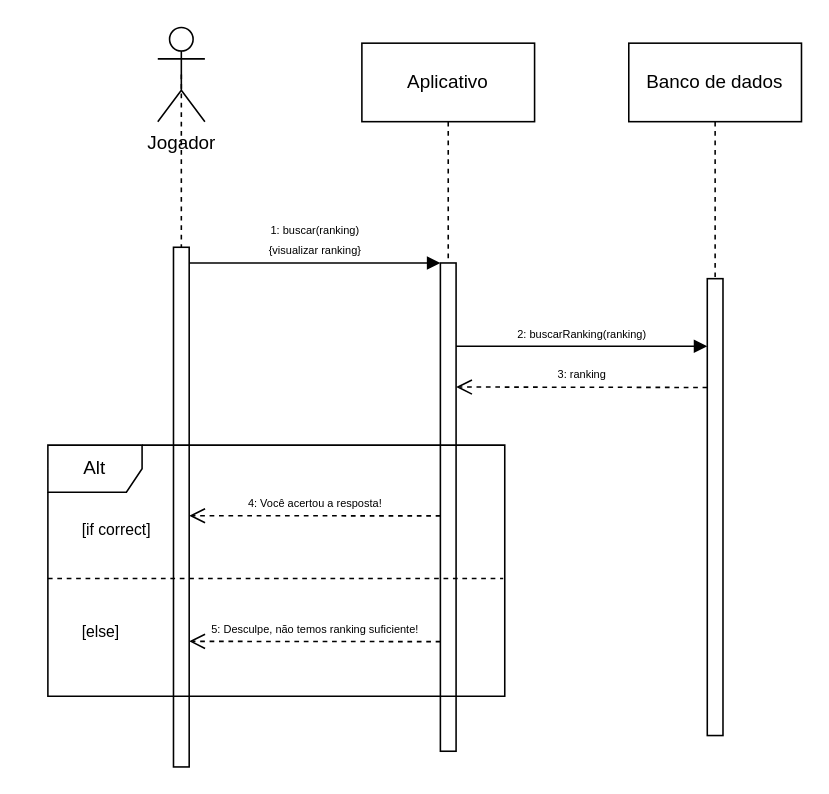
Before: page "BuscarRanking" (2 of 6) of docs/quizzle.drawio in wendel-nogueira/quizzle-docs, a draw.io diagram. Source tidied: cells renumbered, new cells numbered last; positions are measured from the earlier drawing's top-left corner, leaving out a move shared by most shapes. Both pictures are drawn from the tidied source at 157%, with x=0, y=0 at pixel (47, 27).
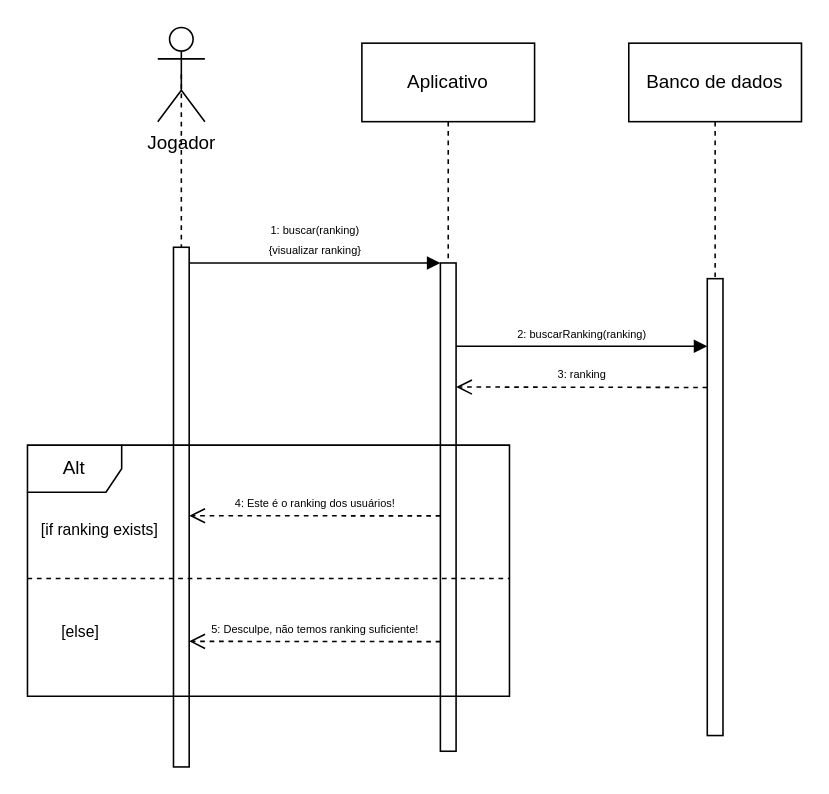
The same page after the edit.

Diff of the diagram source:
```diff
@@
     <mxCell id="14" value="Alt" style="shape=umlFrame;whiteSpace=wrap;html=1;width=60;height=30;" parent="1" vertex="1">
-      <mxGeometry y="266" width="291" height="160" as="geometry" />
+      <mxGeometry x="-13" y="266" width="307" height="160" as="geometry" />
     </mxCell>
-    <mxCell id="15" value="&lt;font style=&quot;font-size: 10px;&quot;&gt;[if correct]&lt;/font&gt;" style="text;html=1;" parent="14" vertex="1">
+    <mxCell id="15" value="&lt;font style=&quot;font-size: 10px;&quot;&gt;[if ranking exists]&lt;/font&gt;" style="text;html=1;" parent="14" vertex="1">
       <mxGeometry width="100" height="20" relative="1" as="geometry">
-        <mxPoint x="20" y="40" as="offset" />
+        <mxPoint x="7" y="40" as="offset" />
       </mxGeometry>
     </mxCell>
     <mxCell id="16" value="&lt;font style=&quot;font-size: 10px;&quot;&gt;[else]&lt;/font&gt;" style="line;strokeWidth=1;dashed=1;labelPosition=center;verticalLabelPosition=bottom;align=left;verticalAlign=top;spacingLeft=20;spacingTop=15;html=1;whiteSpace=wrap;" parent="14" vertex="1">
-      <mxGeometry y="80" width="290" height="10" as="geometry" />
+      <mxGeometry y="80" width="307" height="10" as="geometry" />
     </mxCell>
-    <mxCell id="17" value="&lt;font style=&quot;font-size: 7px;&quot;&gt;4: Você acertou a resposta!&lt;/font&gt;" style="html=1;verticalAlign=bottom;endArrow=open;dashed=1;endSize=8;edgeStyle=elbowEdgeStyle;elbow=vertical;curved=0;rounded=0;" parent="14" edge="1">
+    <mxCell id="17" value="&lt;font style=&quot;font-size: 7px;&quot;&gt;4: Este é o ranking dos usuários!&lt;/font&gt;" style="html=1;verticalAlign=bottom;endArrow=open;dashed=1;endSize=8;edgeStyle=elbowEdgeStyle;elbow=vertical;curved=0;rounded=0;" parent="14" edge="1">
       <mxGeometry relative="1" as="geometry">
-        <mxPoint x="250" y="45.1" as="sourcePoint" />
-        <mxPoint x="90" y="45" as="targetPoint" />
+        <mxPoint x="263" y="45.1" as="sourcePoint" />
+        <mxPoint x="103" y="45" as="targetPoint" />
       </mxGeometry>
     </mxCell>
     <mxCell id="18" value="&lt;font style=&quot;font-size: 7px;&quot;&gt;5: Desculpe, não temos ranking suficiente!&lt;/font&gt;" style="html=1;verticalAlign=bottom;endArrow=open;dashed=1;endSize=8;edgeStyle=elbowEdgeStyle;elbow=vertical;curved=0;rounded=0;" parent="14" edge="1">
       <mxGeometry relative="1" as="geometry">
-        <mxPoint x="250" y="125.2" as="sourcePoint" />
-        <mxPoint x="90" y="125.1" as="targetPoint" />
+        <mxPoint x="263" y="125.2" as="sourcePoint" />
+        <mxPoint x="103" y="125.1" as="targetPoint" />
       </mxGeometry>
     </mxCell>
```
